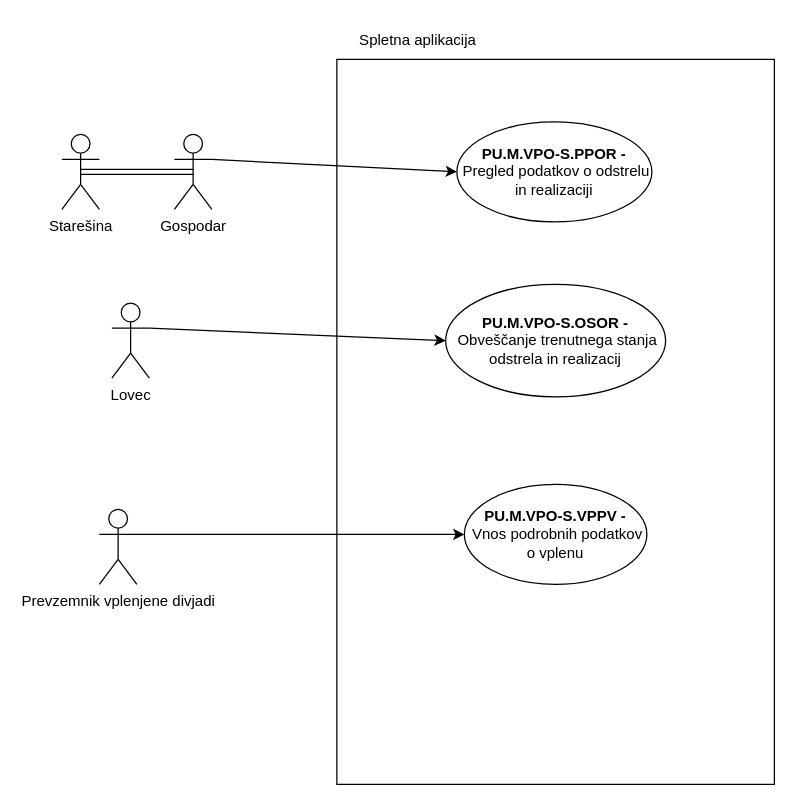
This is Vodenje podatkov o odstrelu-Spletna aplikacija.drawio from ErnestISv/Lovstvo, a draw.io file, before an edit. Source tidied: cells renumbered, new cells numbered last; positions are measured from the earlier drawing's top-left corner, leaving out a move shared by most shapes. Both pictures are drawn from the tidied source at 125%, with x=0, y=0 at pixel (61, 21).
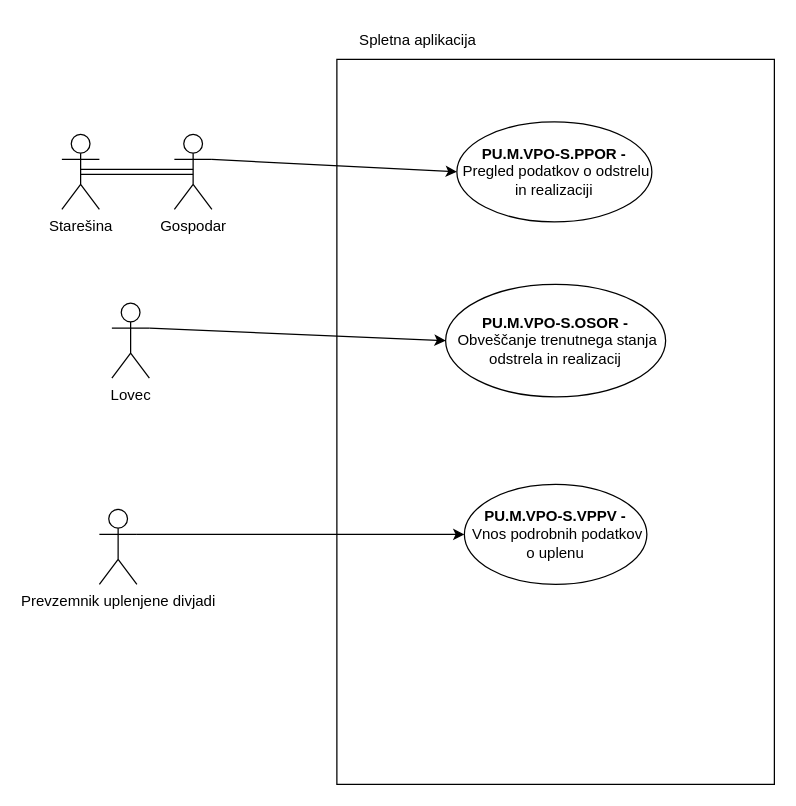
The same page after the edit.

The edit, as a diff of the source:
```diff
@@
 <mxGraphModel>
   <root>
     <mxCell id="0" />
     <mxCell id="1" parent="0" />
     <mxCell id="2" style="rounded=0;whiteSpace=wrap;html=1;" parent="1" vertex="1">
       <mxGeometry x="220" y="30" width="350" height="580" as="geometry" />
     </mxCell>
     <mxCell id="3" value="Spletna aplikacija" style="text;html=1;align=center;verticalAlign=middle;whiteSpace=wrap;rounded=0;" parent="1" vertex="1">
       <mxGeometry x="220" width="130" height="30" as="geometry" />
     </mxCell>
-    <mxCell id="4" value="&lt;b&gt;PU.M.VPO-S.VPPV -&lt;/b&gt;&amp;nbsp;Vnos podrobnih podatkov o vplenu" style="ellipse;whiteSpace=wrap;html=1;" parent="1" vertex="1">
+    <mxCell id="4" value="&lt;b&gt;PU.M.VPO-S.VPPV -&lt;/b&gt;&amp;nbsp;Vnos podrobnih podatkov o uplenu" style="ellipse;whiteSpace=wrap;html=1;" parent="1" vertex="1">
       <mxGeometry x="322" y="370" width="146" height="80" as="geometry" />
     </mxCell>
     <mxCell id="5" value="&lt;b&gt;PU.M.VPO-S.OSOR -&lt;/b&gt;&amp;nbsp;Obveščanje trenutnega stanja odstrela in realizacij" style="ellipse;whiteSpace=wrap;html=1;" parent="1" vertex="1">
       <mxGeometry x="307" y="210" width="176" height="90" as="geometry" />
     </mxCell>
     <mxCell id="6" value="&lt;b&gt;PU.M.VPO-S.PPOR -&lt;/b&gt;&amp;nbsp;Pregled podatkov o odstrelu in realizaciji" style="ellipse;whiteSpace=wrap;html=1;" parent="1" vertex="1">
       <mxGeometry x="316" y="80" width="156" height="80" as="geometry" />
     </mxCell>
     <mxCell id="7" value="Starešina" style="shape=umlActor;verticalLabelPosition=bottom;verticalAlign=top;html=1;outlineConnect=0;" parent="1" vertex="1">
       <mxGeometry y="90" width="30" height="60" as="geometry" />
     </mxCell>
     <mxCell id="8" value="Gospodar" style="shape=umlActor;verticalLabelPosition=bottom;verticalAlign=top;html=1;outlineConnect=0;" parent="1" vertex="1">
       <mxGeometry x="90" y="90" width="30" height="60" as="geometry" />
     </mxCell>
     <mxCell id="9" style="endArrow=classic;html=1;rounded=0;exitX=0.5;exitY=0.5;exitDx=0;exitDy=0;exitPerimeter=0;entryX=0.5;entryY=0.5;entryDx=0;entryDy=0;entryPerimeter=0;shape=link;" parent="1" edge="1" source="7" target="8">
       <mxGeometry relative="1" as="geometry" />
     </mxCell>
     <mxCell id="10" value="Lovec" style="shape=umlActor;verticalLabelPosition=bottom;verticalAlign=top;html=1;outlineConnect=0;" parent="1" vertex="1">
       <mxGeometry x="40" y="225" width="30" height="60" as="geometry" />
     </mxCell>
-    <mxCell id="11" value="Prevzemnik vplenjene divjadi" style="shape=umlActor;verticalLabelPosition=bottom;verticalAlign=top;html=1;outlineConnect=0;" parent="1" vertex="1">
+    <mxCell id="11" value="Prevzemnik uplenjene divjadi" style="shape=umlActor;verticalLabelPosition=bottom;verticalAlign=top;html=1;outlineConnect=0;" parent="1" vertex="1">
       <mxGeometry x="30" y="390" width="30" height="60" as="geometry" />
     </mxCell>
     <mxCell id="12" style="endArrow=classic;html=1;rounded=0;exitX=1;exitY=0.3333333333333333;exitDx=0;exitDy=0;exitPerimeter=0;entryX=0;entryY=0.5;entryDx=0;entryDy=0;" parent="1" edge="1" source="8" target="6">
       <mxGeometry relative="1" as="geometry" />
     </mxCell>
     <mxCell id="13" style="endArrow=classic;html=1;rounded=0;exitX=1;exitY=0.3333333333333333;exitDx=0;exitDy=0;exitPerimeter=0;entryX=0;entryY=0.5;entryDx=0;entryDy=0;" parent="1" edge="1" source="10" target="5">
       <mxGeometry relative="1" as="geometry" />
     </mxCell>
     <mxCell id="14" style="endArrow=classic;html=1;rounded=0;exitX=1;exitY=0.3333333333333333;exitDx=0;exitDy=0;exitPerimeter=0;entryX=0;entryY=0.5;entryDx=0;entryDy=0;" parent="1" edge="1" source="11" target="4">
       <mxGeometry relative="1" as="geometry" />
     </mxCell>
   </root>
 </mxGraphModel>
```
